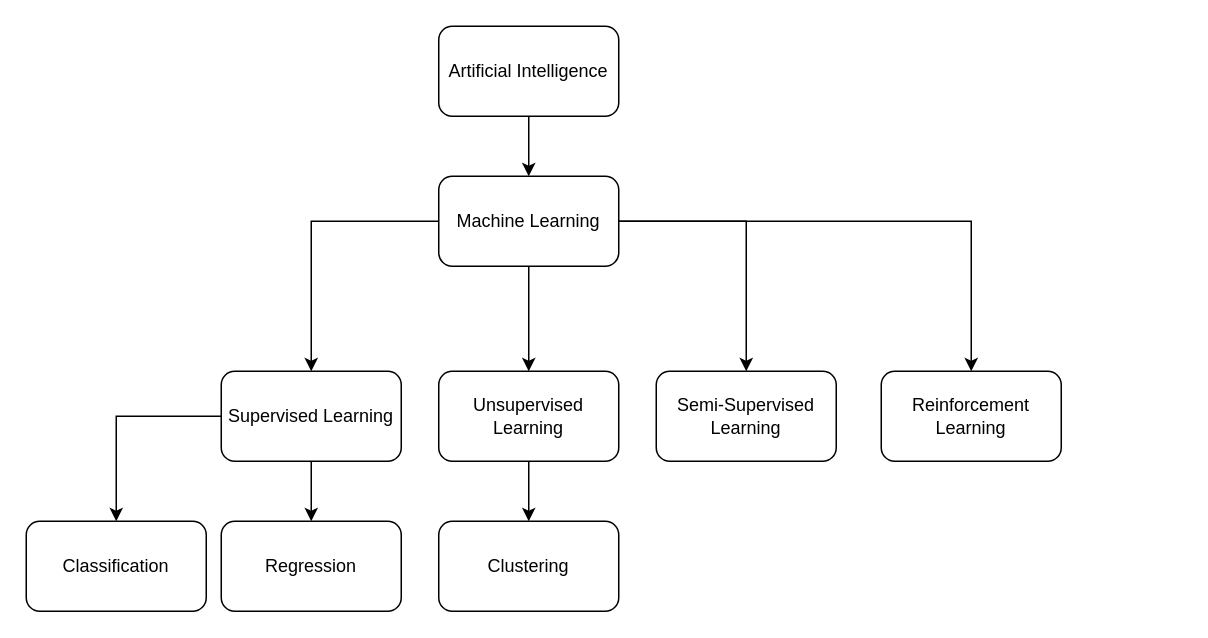
Above: Diagram/Untitled Diagram.drawio in fauzan923/Framework-dan-Use-Case-Artificial-Intelligence (draw.io), before the change. Source tidied: cells renumbered, new cells numbered last; positions are measured from the earlier drawing's top-left corner, leaving out a move shared by most shapes. Both pictures are drawn from the tidied source at 150%, with x=0, y=0 at pixel (26, 26).
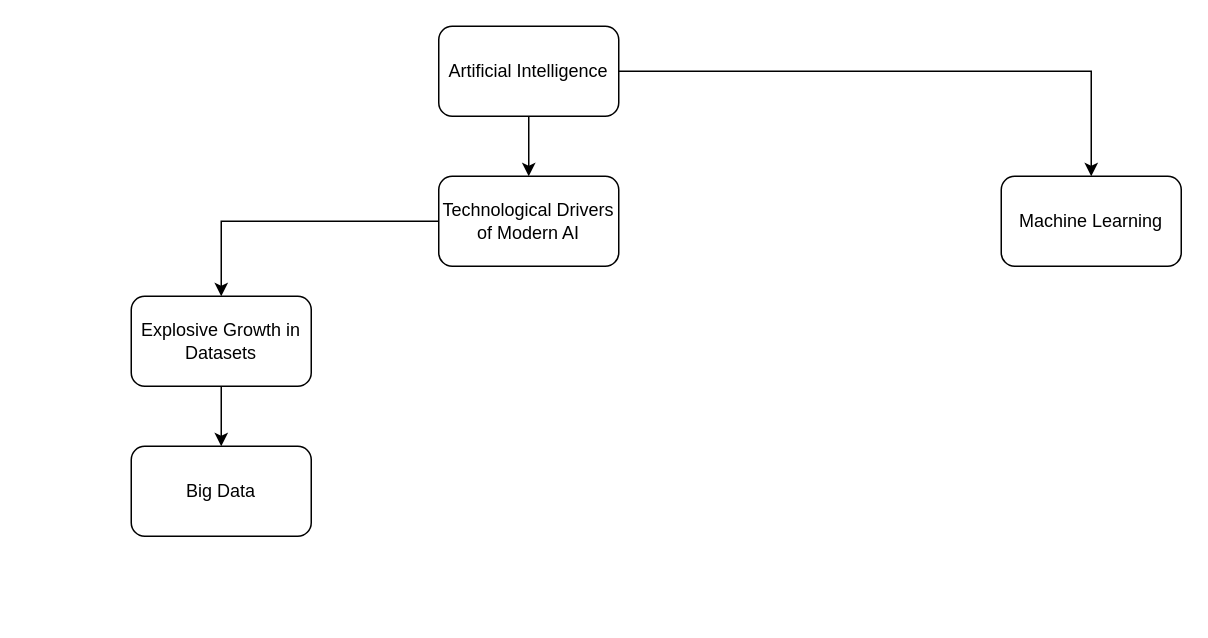
The same diagram, later.

Diff of the diagram source:
```diff
@@
 <mxGraphModel>
   <root>
     <mxCell id="0" />
     <mxCell id="1" parent="0" />
     <mxCell id="2" style="edgeStyle=orthogonalEdgeStyle;rounded=0;jettySize=auto;html=1;" parent="1" edge="1" source="3" target="8">
       <mxGeometry relative="1" as="geometry" />
     </mxCell>
+    <mxCell id="19" style="edgeStyle=orthogonalEdgeStyle;rounded=0;jettySize=auto;html=1;" parent="1" edge="1" source="3" target="21">
+      <mxGeometry relative="1" as="geometry" />
+    </mxCell>
     <mxCell id="3" value="Artificial Intelligence" style="rounded=1;whiteSpace=wrap;html=1;" parent="1" vertex="1">
       <mxGeometry x="275" width="120" height="60" as="geometry" />
     </mxCell>
-    <mxCell id="4" style="edgeStyle=orthogonalEdgeStyle;rounded=0;jettySize=auto;html=1;" parent="1" edge="1" source="8" target="11">
-      <mxGeometry relative="1" as="geometry" />
-    </mxCell>
-    <mxCell id="5" style="edgeStyle=orthogonalEdgeStyle;rounded=0;jettySize=auto;html=1;" parent="1" edge="1" source="8" target="13">
-      <mxGeometry relative="1" as="geometry" />
-    </mxCell>
-    <mxCell id="6" style="edgeStyle=orthogonalEdgeStyle;rounded=0;jettySize=auto;html=1;" parent="1" edge="1" source="8" target="14">
-      <mxGeometry relative="1" as="geometry" />
-    </mxCell>
-    <mxCell id="7" style="edgeStyle=orthogonalEdgeStyle;rounded=0;jettySize=auto;html=1;" parent="1" edge="1" source="8" target="15">
-      <mxGeometry relative="1" as="geometry" />
-    </mxCell>
-    <mxCell id="8" value="Machine Learning" style="rounded=1;whiteSpace=wrap;html=1;" parent="1" vertex="1">
-      <mxGeometry x="275" y="100" width="120" height="60" as="geometry" />
+    <mxCell id="8" value="Machine Learning" style="rounded=1;whiteSpace=wrap;html=1;" parent="1" vertex="1" collapsed="1">
+      <mxGeometry x="650" y="100" width="120" height="60" as="geometry" />
     </mxCell>
-    <mxCell id="9" style="edgeStyle=orthogonalEdgeStyle;rounded=0;jettySize=auto;html=1;" parent="1" edge="1" source="11" target="16">
-      <mxGeometry relative="1" as="geometry" />
-    </mxCell>
-    <mxCell id="10" style="edgeStyle=orthogonalEdgeStyle;rounded=0;jettySize=auto;html=1;" parent="1" edge="1" source="11" target="17">
-      <mxGeometry relative="1" as="geometry" />
-    </mxCell>
-    <mxCell id="11" value="Supervised Learning" style="whiteSpace=wrap;html=1;rounded=1;" parent="1" vertex="1">
-      <mxGeometry x="130" y="230" width="120" height="60" as="geometry" />
-    </mxCell>
-    <mxCell id="12" style="edgeStyle=orthogonalEdgeStyle;rounded=0;jettySize=auto;html=1;" parent="1" edge="1" source="13" target="18">
-      <mxGeometry relative="1" as="geometry" />
-    </mxCell>
-    <mxCell id="13" value="Unsupervised Learning" style="rounded=1;whiteSpace=wrap;html=1;" parent="1" vertex="1">
-      <mxGeometry x="275" y="230" width="120" height="60" as="geometry" />
-    </mxCell>
-    <mxCell id="14" value="Semi-Supervised Learning" style="rounded=1;whiteSpace=wrap;html=1;" parent="1" vertex="1">
-      <mxGeometry x="420" y="230" width="120" height="60" as="geometry" />
-    </mxCell>
-    <mxCell id="15" value="Reinforcement Learning" style="rounded=1;whiteSpace=wrap;html=1;" parent="1" vertex="1">
-      <mxGeometry x="570" y="230" width="120" height="60" as="geometry" />
-    </mxCell>
-    <mxCell id="16" value="Classification" style="whiteSpace=wrap;html=1;rounded=1;" parent="1" vertex="1">
-      <mxGeometry y="330" width="120" height="60" as="geometry" />
-    </mxCell>
-    <mxCell id="17" value="Regression" style="whiteSpace=wrap;html=1;rounded=1;" parent="1" vertex="1">
-      <mxGeometry x="130" y="330" width="120" height="60" as="geometry" />
-    </mxCell>
-    <mxCell id="18" value="Clustering" style="rounded=1;whiteSpace=wrap;html=1;" parent="1" vertex="1">
-      <mxGeometry x="275" y="330" width="120" height="60" as="geometry" />
-    </mxCell>
+    <mxCell id="20" style="edgeStyle=orthogonalEdgeStyle;rounded=0;jettySize=auto;html=1;" parent="1" edge="1" source="21" target="23">
+      <mxGeometry relative="1" as="geometry" />
+    </mxCell>
+    <mxCell id="21" value="Technological Drivers of Modern AI" style="rounded=1;whiteSpace=wrap;html=1;" parent="1" vertex="1">
+      <mxGeometry x="275" y="100" width="120" height="60" as="geometry" />
+    </mxCell>
+    <mxCell id="22" style="edgeStyle=orthogonalEdgeStyle;rounded=0;jettySize=auto;html=1;" parent="1" edge="1" source="23" target="24">
+      <mxGeometry relative="1" as="geometry" />
+    </mxCell>
+    <mxCell id="23" value="Explosive Growth in Datasets" style="rounded=1;whiteSpace=wrap;html=1;" parent="1" vertex="1">
+      <mxGeometry x="70" y="180" width="120" height="60" as="geometry" />
+    </mxCell>
+    <mxCell id="24" value="Big Data" style="rounded=1;whiteSpace=wrap;html=1;" parent="1" vertex="1">
+      <mxGeometry x="70" y="280" width="120" height="60" as="geometry" />
+    </mxCell>
   </root>
 </mxGraphModel>
```
